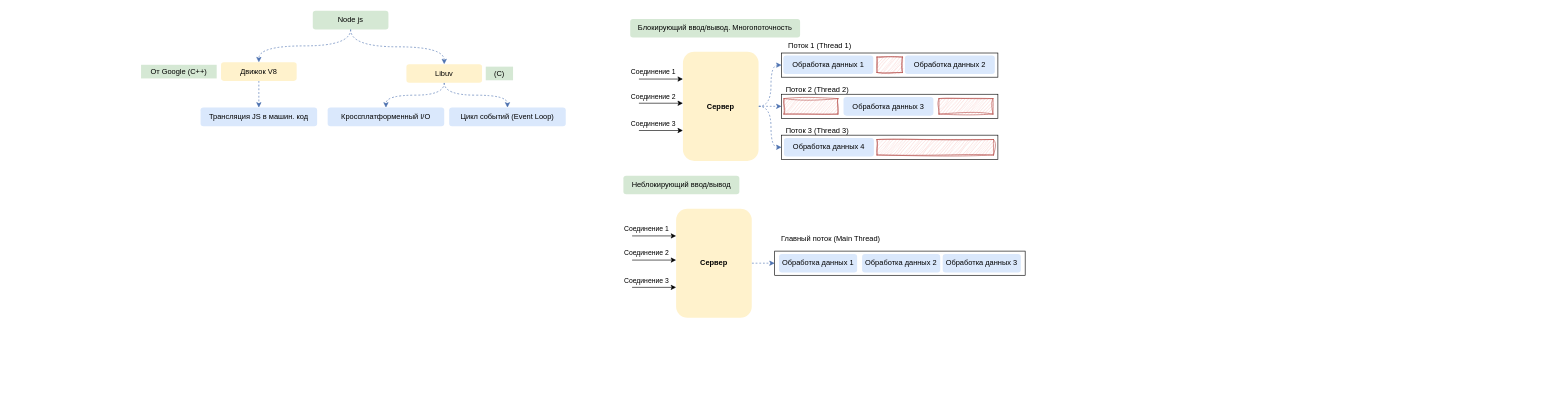
Before: Nodejs.drawio in orlov-oleg-developer/uml-diagrams, a draw.io diagram. Source tidied: cells renumbered, new cells numbered last; positions are measured from the earlier drawing's top-left corner, leaving out a move shared by most shapes. Both pictures are drawn from the tidied source at 62%, with x=0, y=0 at pixel (141, 11).
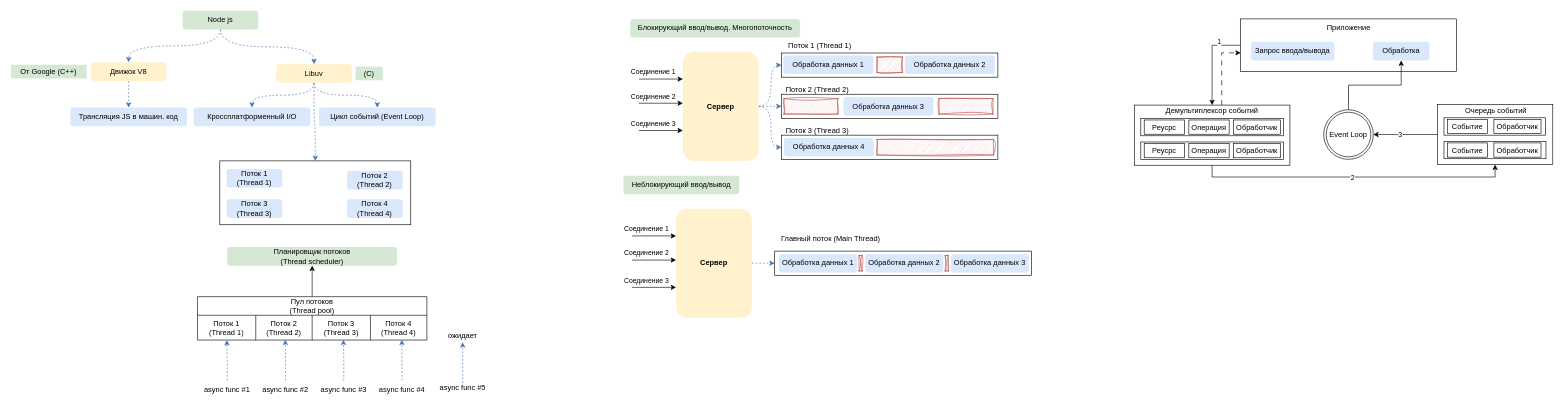
Above is the later version.

What changed in the source:
```diff
@@
+    <mxCell id="54" style="edgeStyle=orthogonalEdgeStyle;rounded=0;jettySize=auto;html=1;entryX=0.5;entryY=1;entryDx=0;entryDy=0;" parent="1" edge="1" source="56" target="105">
+      <mxGeometry relative="1" as="geometry">
+        <Array as="points">
+          <mxPoint x="1728" y="268" />
+          <mxPoint x="2184" y="268" />
+        </Array>
+      </mxGeometry>
+    </mxCell>
+    <mxCell id="55" value="2" style="edgeLabel;html=1;align=center;verticalAlign=middle;" parent="54" vertex="1">
+      <mxGeometry x="-0.01" relative="1" as="geometry" />
+    </mxCell>
+    <mxCell id="56" style="rounded=0;whiteSpace=wrap;html=1;fillColor=none;" parent="1" vertex="1">
+      <mxGeometry x="1602" y="152" width="251" height="97" as="geometry" />
+    </mxCell>
+    <mxCell id="32" style="rounded=0;whiteSpace=wrap;html=1;fillColor=none;" parent="1" vertex="1">
+      <mxGeometry x="1033" y="68" width="349" height="39" as="geometry" />
+    </mxCell>
+    <mxCell id="57" style="rounded=0;whiteSpace=wrap;html=1;fillColor=none;" parent="1" vertex="1">
+      <mxGeometry x="127" y="242" width="308" height="103" as="geometry" />
+    </mxCell>
     <mxCell id="2" style="rounded=0;whiteSpace=wrap;html=1;fillColor=none;" parent="1" vertex="1">
-      <mxGeometry x="1022" y="387.5" width="404" height="39" as="geometry" />
+      <mxGeometry x="1022" y="387.5" width="414" height="39" as="geometry" />
     </mxCell>
@@
     <mxCell id="4" value="Node js" style="text;html=1;strokeColor=none;fillColor=#d5e8d4;align=center;verticalAlign=middle;whiteSpace=wrap;rounded=1;" parent="1" vertex="1">
-      <mxGeometry x="277" width="122" height="30" as="geometry" />
+      <mxGeometry x="67" width="122" height="30" as="geometry" />
     </mxCell>
@@
     <mxCell id="6" value="Движок V8" style="text;html=1;strokeColor=none;fillColor=#fff2cc;align=center;verticalAlign=middle;whiteSpace=wrap;rounded=1;" parent="1" vertex="1">
-      <mxGeometry x="129" y="83" width="122" height="30" as="geometry" />
+      <mxGeometry x="-81" y="83" width="122" height="30" as="geometry" />
     </mxCell>
@@
+    <mxCell id="58" style="edgeStyle=orthogonalEdgeStyle;rounded=0;jettySize=auto;html=1;entryX=0.5;entryY=0;entryDx=0;entryDy=0;strokeColor=#4B70AF;dashed=1;fillColor=#1ba1e2;curved=1;" parent="1" edge="1" source="9" target="57">
+      <mxGeometry relative="1" as="geometry" />
+    </mxCell>
     <mxCell id="9" value="Libuv" style="text;html=1;strokeColor=none;fillColor=#fff2cc;align=center;verticalAlign=middle;whiteSpace=wrap;rounded=1;" parent="1" vertex="1">
-      <mxGeometry x="428" y="86" width="122" height="30" as="geometry" />
+      <mxGeometry x="218" y="86" width="122" height="30" as="geometry" />
     </mxCell>
@@
     <mxCell id="11" value="От Google (C++)" style="text;html=1;strokeColor=none;fillColor=#d5e8d4;align=center;verticalAlign=middle;whiteSpace=wrap;rounded=0;" parent="1" vertex="1">
-      <mxGeometry y="87" width="122" height="22" as="geometry" />
+      <mxGeometry x="-210" y="87" width="122" height="22" as="geometry" />
     </mxCell>
     <mxCell id="12" value="(C)" style="text;html=1;strokeColor=none;fillColor=#d5e8d4;align=center;verticalAlign=middle;whiteSpace=wrap;rounded=0;" parent="1" vertex="1">
-      <mxGeometry x="556" y="90" width="44" height="22" as="geometry" />
+      <mxGeometry x="346" y="90" width="44" height="22" as="geometry" />
     </mxCell>
     <mxCell id="13" value="Трансляция JS в машин. код" style="text;html=1;strokeColor=none;fillColor=#dae8fc;align=center;verticalAlign=middle;whiteSpace=wrap;rounded=1;" parent="1" vertex="1">
-      <mxGeometry x="96" y="156" width="188" height="30" as="geometry" />
+      <mxGeometry x="-114" y="156" width="188" height="30" as="geometry" />
     </mxCell>
     <mxCell id="14" value="Кроссплатформенный I/O" style="text;html=1;strokeColor=none;fillColor=#dae8fc;align=center;verticalAlign=middle;whiteSpace=wrap;rounded=1;" parent="1" vertex="1">
-      <mxGeometry x="301" y="156" width="188" height="30" as="geometry" />
+      <mxGeometry x="85" y="156" width="188" height="30" as="geometry" />
     </mxCell>
     <mxCell id="15" value="Цикл событий (Event Loop)" style="text;html=1;strokeColor=none;fillColor=#dae8fc;align=center;verticalAlign=middle;whiteSpace=wrap;rounded=1;" parent="1" vertex="1">
-      <mxGeometry x="497" y="156" width="188" height="30" as="geometry" />
+      <mxGeometry x="287" y="156" width="188" height="30" as="geometry" />
     </mxCell>
@@
-    <mxCell id="32" style="rounded=0;whiteSpace=wrap;html=1;fillColor=none;" parent="1" vertex="1">
-      <mxGeometry x="1033" y="68" width="349" height="39" as="geometry" />
-    </mxCell>
@@
     <mxCell id="52" value="Обработка данных 2" style="text;html=1;strokeColor=none;fillColor=#dae8fc;align=center;verticalAlign=middle;whiteSpace=wrap;rounded=1;" parent="1" vertex="1">
-      <mxGeometry x="1163" y="392" width="126" height="30" as="geometry" />
+      <mxGeometry x="1168" y="392" width="126" height="30" as="geometry" />
     </mxCell>
     <mxCell id="53" value="Обработка данных 3" style="text;html=1;strokeColor=none;fillColor=#dae8fc;align=center;verticalAlign=middle;whiteSpace=wrap;rounded=1;" parent="1" vertex="1">
-      <mxGeometry x="1293" y="392" width="126" height="30" as="geometry" />
+      <mxGeometry x="1306" y="392" width="126" height="30" as="geometry" />
     </mxCell>
+    <mxCell id="59" style="rounded=0;whiteSpace=wrap;html=1;sketch=1;curveFitting=1;jiggle=2;fillColor=#f8cecc;strokeColor=#b85450;" parent="1" vertex="1">
+      <mxGeometry x="1158" y="394.5" width="5" height="25" as="geometry" />
+    </mxCell>
+    <mxCell id="60" style="rounded=0;whiteSpace=wrap;html=1;sketch=1;curveFitting=1;jiggle=2;fillColor=#f8cecc;strokeColor=#b85450;" parent="1" vertex="1">
+      <mxGeometry x="1297" y="394.5" width="5" height="25" as="geometry" />
+    </mxCell>
+    <mxCell id="61" value="Поток 1&lt;br&gt;(Thread 1)" style="text;html=1;strokeColor=none;fillColor=#dae8fc;align=center;verticalAlign=middle;whiteSpace=wrap;rounded=1;" parent="1" vertex="1">
+      <mxGeometry x="138" y="255" width="90" height="30" as="geometry" />
+    </mxCell>
+    <mxCell id="62" value="Поток 2&lt;br&gt;(Thread 2)" style="text;html=1;strokeColor=none;fillColor=#dae8fc;align=center;verticalAlign=middle;whiteSpace=wrap;rounded=1;" parent="1" vertex="1">
+      <mxGeometry x="332" y="258" width="90" height="30" as="geometry" />
+    </mxCell>
+    <mxCell id="63" value="Поток 3&lt;br&gt;(Thread 3)" style="text;html=1;strokeColor=none;fillColor=#dae8fc;align=center;verticalAlign=middle;whiteSpace=wrap;rounded=1;" parent="1" vertex="1">
+      <mxGeometry x="138" y="304" width="90" height="30" as="geometry" />
+    </mxCell>
+    <mxCell id="64" value="Поток 4&lt;br&gt;(Thread 4)" style="text;html=1;strokeColor=none;fillColor=#dae8fc;align=center;verticalAlign=middle;whiteSpace=wrap;rounded=1;" parent="1" vertex="1">
+      <mxGeometry x="332" y="304" width="90" height="30" as="geometry" />
+    </mxCell>
+    <mxCell id="65" value="Планировщик потоков&lt;br&gt;(Thread scheduler)" style="text;html=1;strokeColor=none;fillColor=#d5e8d4;align=center;verticalAlign=middle;whiteSpace=wrap;rounded=1;" parent="1" vertex="1">
+      <mxGeometry x="139" y="381" width="274" height="30" as="geometry" />
+    </mxCell>
+    <mxCell id="66" style="edgeStyle=orthogonalEdgeStyle;rounded=0;jettySize=auto;html=1;entryX=0.5;entryY=1;entryDx=0;entryDy=0;" parent="1" edge="1" source="67" target="65">
+      <mxGeometry relative="1" as="geometry" />
+    </mxCell>
+    <mxCell id="67" value="Пул потоков&#10;(Thread pool)" style="shape=table;startSize=30;childLayout=tableLayout;" parent="1" vertex="1">
+      <mxGeometry x="91" y="461" width="370" height="70" as="geometry" />
+    </mxCell>
+    <mxCell id="68" style="shape=tableRow;horizontal=0;startSize=0;swimlaneHead=0;swimlaneBody=0;strokeColor=inherit;top=0;left=0;bottom=0;right=0;fillColor=none;points=[[0,0.5],[1,0.5]];portConstraint=eastwest;" parent="67" vertex="1">
+      <mxGeometry y="30" width="370" height="40" as="geometry" />
+    </mxCell>
+    <mxCell id="69" value="Поток 1&lt;br&gt;(Thread 1)" style="shape=partialRectangle;html=1;whiteSpace=wrap;strokeColor=inherit;overflow=hidden;fillColor=none;top=0;left=0;bottom=0;right=0;" parent="68" vertex="1">
+      <mxGeometry width="94" height="40" as="geometry" />
+    </mxCell>
+    <mxCell id="70" value="Поток 2&lt;br style=&quot;border-color: var(--border-color);&quot;&gt;(Thread 2)" style="shape=partialRectangle;html=1;whiteSpace=wrap;strokeColor=inherit;overflow=hidden;fillColor=none;top=0;left=0;bottom=0;right=0;" parent="68" vertex="1">
+      <mxGeometry x="94" width="91" height="40" as="geometry" />
+    </mxCell>
+    <mxCell id="71" value="Поток 3&lt;br style=&quot;border-color: var(--border-color);&quot;&gt;(Thread 3)" style="shape=partialRectangle;html=1;whiteSpace=wrap;strokeColor=inherit;overflow=hidden;fillColor=none;top=0;left=0;bottom=0;right=0;" parent="68" vertex="1">
+      <mxGeometry x="185" width="94" height="40" as="geometry" />
+    </mxCell>
+    <mxCell id="72" value="Поток 4&lt;br style=&quot;border-color: var(--border-color);&quot;&gt;(Thread 4)" style="shape=partialRectangle;html=1;whiteSpace=wrap;strokeColor=inherit;overflow=hidden;fillColor=none;top=0;left=0;bottom=0;right=0;" parent="68" vertex="1">
+      <mxGeometry x="279" width="91" height="40" as="geometry" />
+    </mxCell>
+    <mxCell id="73" value="async func #1" style="text;html=1;strokeColor=none;fillColor=none;align=center;verticalAlign=middle;whiteSpace=wrap;rounded=0;" parent="1" vertex="1">
+      <mxGeometry x="96" y="596" width="86" height="30" as="geometry" />
+    </mxCell>
+    <mxCell id="74" value="async func #2" style="text;html=1;strokeColor=none;fillColor=none;align=center;verticalAlign=middle;whiteSpace=wrap;rounded=0;" parent="1" vertex="1">
+      <mxGeometry x="190" y="596" width="86" height="30" as="geometry" />
+    </mxCell>
+    <mxCell id="75" value="async func #3" style="text;html=1;strokeColor=none;fillColor=none;align=center;verticalAlign=middle;whiteSpace=wrap;rounded=0;" parent="1" vertex="1">
+      <mxGeometry x="284" y="596" width="86" height="30" as="geometry" />
+    </mxCell>
+    <mxCell id="76" value="async func #4" style="text;html=1;strokeColor=none;fillColor=none;align=center;verticalAlign=middle;whiteSpace=wrap;rounded=0;" parent="1" vertex="1">
+      <mxGeometry x="378" y="596" width="86" height="30" as="geometry" />
+    </mxCell>
+    <mxCell id="77" style="edgeStyle=orthogonalEdgeStyle;rounded=0;jettySize=auto;html=1;entryX=0.128;entryY=1;entryDx=0;entryDy=0;entryPerimeter=0;strokeColor=#4B70AF;dashed=1;fillColor=#1ba1e2;" parent="1" edge="1" source="73" target="68">
+      <mxGeometry relative="1" as="geometry" />
+    </mxCell>
+    <mxCell id="78" style="edgeStyle=orthogonalEdgeStyle;rounded=0;jettySize=auto;html=1;entryX=0.383;entryY=0.986;entryDx=0;entryDy=0;entryPerimeter=0;strokeColor=#4B70AF;dashed=1;fillColor=#1ba1e2;" parent="1" edge="1" source="74" target="68">
+      <mxGeometry relative="1" as="geometry" />
+    </mxCell>
+    <mxCell id="79" style="edgeStyle=orthogonalEdgeStyle;rounded=0;jettySize=auto;html=1;entryX=0.636;entryY=0.986;entryDx=0;entryDy=0;entryPerimeter=0;strokeColor=#4B70AF;dashed=1;fillColor=#1ba1e2;" parent="1" edge="1" source="75" target="68">
+      <mxGeometry relative="1" as="geometry" />
+    </mxCell>
+    <mxCell id="80" style="edgeStyle=orthogonalEdgeStyle;rounded=0;jettySize=auto;html=1;entryX=0.891;entryY=0.986;entryDx=0;entryDy=0;entryPerimeter=0;strokeColor=#4B70AF;dashed=1;fillColor=#1ba1e2;" parent="1" edge="1" source="76" target="68">
+      <mxGeometry relative="1" as="geometry" />
+    </mxCell>
+    <mxCell id="81" value="async func #5" style="text;html=1;strokeColor=none;fillColor=none;align=center;verticalAlign=middle;whiteSpace=wrap;rounded=0;" parent="1" vertex="1">
+      <mxGeometry x="476" y="593" width="86" height="30" as="geometry" />
+    </mxCell>
+    <mxCell id="82" style="edgeStyle=orthogonalEdgeStyle;rounded=0;orthogonalLoop=1;jettySize=auto;html=1;entryX=0.891;entryY=0.986;entryDx=0;entryDy=0;entryPerimeter=0;strokeColor=#4B70AF;dashed=1;fillColor=#1ba1e2;" parent="1" edge="1">
+      <mxGeometry relative="1" as="geometry">
+        <mxPoint x="518.7" y="600.5" as="sourcePoint" />
+        <mxPoint x="518.7" y="534.5" as="targetPoint" />
+      </mxGeometry>
+    </mxCell>
+    <mxCell id="83" value="ожидает" style="text;html=1;strokeColor=none;fillColor=none;align=center;verticalAlign=middle;whiteSpace=wrap;rounded=0;" parent="1" vertex="1">
+      <mxGeometry x="476" y="509" width="86" height="30" as="geometry" />
+    </mxCell>
+    <mxCell id="84" style="edgeStyle=orthogonalEdgeStyle;rounded=0;jettySize=auto;html=1;entryX=0.5;entryY=0;entryDx=0;entryDy=0;exitX=0;exitY=0.5;exitDx=0;exitDy=0;" parent="1" edge="1" source="86" target="56">
+      <mxGeometry relative="1" as="geometry" />
+    </mxCell>
+    <mxCell id="85" value="1" style="edgeLabel;html=1;align=center;verticalAlign=middle;" parent="84" vertex="1">
+      <mxGeometry x="-0.49" relative="1" as="geometry">
+        <mxPoint x="1" y="-6" as="offset" />
+      </mxGeometry>
+    </mxCell>
+    <mxCell id="86" style="rounded=0;whiteSpace=wrap;html=1;fillColor=none;" parent="1" vertex="1">
+      <mxGeometry x="1773" y="13" width="349" height="85" as="geometry" />
+    </mxCell>
+    <mxCell id="87" value="Приложение" style="text;html=1;strokeColor=none;fillColor=none;align=center;verticalAlign=middle;whiteSpace=wrap;rounded=0;" parent="1" vertex="1">
+      <mxGeometry x="1917.5" y="13" width="60" height="30" as="geometry" />
+    </mxCell>
+    <mxCell id="88" value="Запрос ввода/вывода" style="text;html=1;strokeColor=none;fillColor=#dae8fc;align=center;verticalAlign=middle;whiteSpace=wrap;rounded=1;" parent="1" vertex="1">
+      <mxGeometry x="1790" y="50" width="135" height="30" as="geometry" />
+    </mxCell>
+    <mxCell id="89" value="Обработка" style="text;html=1;strokeColor=none;fillColor=#dae8fc;align=center;verticalAlign=middle;whiteSpace=wrap;rounded=1;" parent="1" vertex="1">
+      <mxGeometry x="1987" y="50" width="91" height="30" as="geometry" />
+    </mxCell>
+    <mxCell id="90" value="Демультиплексор событий" style="text;html=1;strokeColor=none;fillColor=none;align=center;verticalAlign=middle;whiteSpace=wrap;rounded=0;" parent="1" vertex="1">
+      <mxGeometry x="1639" y="155" width="177" height="14" as="geometry" />
+    </mxCell>
+    <mxCell id="91" style="rounded=0;whiteSpace=wrap;html=1;fillColor=none;" parent="1" vertex="1">
+      <mxGeometry x="1612.5" y="173.5" width="230" height="28" as="geometry" />
+    </mxCell>
+    <mxCell id="92" value="Реусрс" style="text;html=1;strokeColor=default;fillColor=none;align=center;verticalAlign=middle;whiteSpace=wrap;rounded=0;" parent="1" vertex="1">
+      <mxGeometry x="1618" y="176" width="65" height="23" as="geometry" />
+    </mxCell>
+    <mxCell id="93" value="Операция" style="text;html=1;strokeColor=default;fillColor=none;align=center;verticalAlign=middle;whiteSpace=wrap;rounded=0;" parent="1" vertex="1">
+      <mxGeometry x="1690" y="176" width="65" height="23" as="geometry" />
+    </mxCell>
+    <mxCell id="94" value="Обработчик" style="text;html=1;strokeColor=default;fillColor=none;align=center;verticalAlign=middle;whiteSpace=wrap;rounded=0;" parent="1" vertex="1">
+      <mxGeometry x="1762" y="176" width="76" height="23" as="geometry" />
+    </mxCell>
+    <mxCell id="95" style="rounded=0;whiteSpace=wrap;html=1;fillColor=none;" parent="1" vertex="1">
+      <mxGeometry x="1612.5" y="211.5" width="230" height="28" as="geometry" />
+    </mxCell>
+    <mxCell id="96" value="Реусрс" style="text;html=1;strokeColor=default;fillColor=none;align=center;verticalAlign=middle;whiteSpace=wrap;rounded=0;" parent="1" vertex="1">
+      <mxGeometry x="1618" y="214" width="65" height="23" as="geometry" />
+    </mxCell>
+    <mxCell id="97" value="Операция" style="text;html=1;strokeColor=default;fillColor=none;align=center;verticalAlign=middle;whiteSpace=wrap;rounded=0;" parent="1" vertex="1">
+      <mxGeometry x="1690" y="214" width="65" height="23" as="geometry" />
+    </mxCell>
+    <mxCell id="98" value="Обработчик" style="text;html=1;strokeColor=default;fillColor=none;align=center;verticalAlign=middle;whiteSpace=wrap;rounded=0;" parent="1" vertex="1">
+      <mxGeometry x="1762" y="214" width="76" height="23" as="geometry" />
+    </mxCell>
+    <mxCell id="99" style="edgeStyle=orthogonalEdgeStyle;rounded=0;jettySize=auto;html=1;entryX=0.002;entryY=0.644;entryDx=0;entryDy=0;entryPerimeter=0;dashed=1;dashPattern=8 8;" parent="1" edge="1" source="56" target="86">
+      <mxGeometry relative="1" as="geometry">
+        <Array as="points">
+          <mxPoint x="1743" y="68" />
+        </Array>
+      </mxGeometry>
+    </mxCell>
+    <mxCell id="100" style="group;" parent="1" vertex="1">
+      <mxGeometry x="1907.5" y="159.5" width="80" height="80" as="geometry" />
+    </mxCell>
+    <mxCell id="101" value="Event Loop" style="text;html=1;strokeColor=none;fillColor=none;align=center;verticalAlign=middle;whiteSpace=wrap;rounded=0;" parent="100" vertex="1">
+      <mxGeometry x="6.5" y="25" width="67" height="30" as="geometry" />
+    </mxCell>
+    <mxCell id="102" style="ellipse;shape=doubleEllipse;whiteSpace=wrap;html=1;fillColor=none;" parent="100" vertex="1">
+      <mxGeometry width="80" height="80" as="geometry" />
+    </mxCell>
+    <mxCell id="103" style="edgeStyle=orthogonalEdgeStyle;rounded=0;jettySize=auto;html=1;entryX=1;entryY=0.5;entryDx=0;entryDy=0;" parent="1" edge="1" source="105" target="102">
+      <mxGeometry relative="1" as="geometry" />
+    </mxCell>
+    <mxCell id="104" value="3" style="edgeLabel;html=1;align=center;verticalAlign=middle;" parent="103" vertex="1">
+      <mxGeometry x="0.14" y="1" relative="1" as="geometry">
+        <mxPoint x="-2" y="-1" as="offset" />
+      </mxGeometry>
+    </mxCell>
+    <mxCell id="105" style="rounded=0;whiteSpace=wrap;html=1;fillColor=none;" parent="1" vertex="1">
+      <mxGeometry x="2091" y="151" width="186" height="97" as="geometry" />
+    </mxCell>
+    <mxCell id="106" value="Очередь событий" style="text;html=1;strokeColor=none;fillColor=none;align=center;verticalAlign=middle;whiteSpace=wrap;rounded=0;" parent="1" vertex="1">
+      <mxGeometry x="2097" y="154" width="177" height="14" as="geometry" />
+    </mxCell>
+    <mxCell id="107" style="rounded=0;whiteSpace=wrap;html=1;fillColor=none;" parent="1" vertex="1">
+      <mxGeometry x="2101.5" y="172.5" width="163.5" height="28" as="geometry" />
+    </mxCell>
+    <mxCell id="108" value="Событие" style="text;html=1;strokeColor=default;fillColor=none;align=center;verticalAlign=middle;whiteSpace=wrap;rounded=0;" parent="1" vertex="1">
+      <mxGeometry x="2107" y="175" width="65" height="23" as="geometry" />
+    </mxCell>
+    <mxCell id="109" value="Обработчик" style="text;html=1;strokeColor=default;fillColor=none;align=center;verticalAlign=middle;whiteSpace=wrap;rounded=0;" parent="1" vertex="1">
+      <mxGeometry x="2182" y="175" width="76" height="23" as="geometry" />
+    </mxCell>
+    <mxCell id="110" style="rounded=0;whiteSpace=wrap;html=1;fillColor=none;" parent="1" vertex="1">
+      <mxGeometry x="2101.5" y="210.5" width="164.5" height="28" as="geometry" />
+    </mxCell>
+    <mxCell id="111" value="Событие" style="text;html=1;strokeColor=default;fillColor=none;align=center;verticalAlign=middle;whiteSpace=wrap;rounded=0;" parent="1" vertex="1">
+      <mxGeometry x="2107" y="213" width="65" height="23" as="geometry" />
+    </mxCell>
+    <mxCell id="112" value="Обработчик" style="text;html=1;strokeColor=default;fillColor=none;align=center;verticalAlign=middle;whiteSpace=wrap;rounded=0;" parent="1" vertex="1">
+      <mxGeometry x="2182" y="213" width="76" height="23" as="geometry" />
+    </mxCell>
+    <mxCell id="113" style="edgeStyle=orthogonalEdgeStyle;rounded=0;jettySize=auto;html=1;entryX=0.5;entryY=1;entryDx=0;entryDy=0;" parent="1" edge="1" source="102" target="89">
+      <mxGeometry relative="1" as="geometry" />
+    </mxCell>
```
